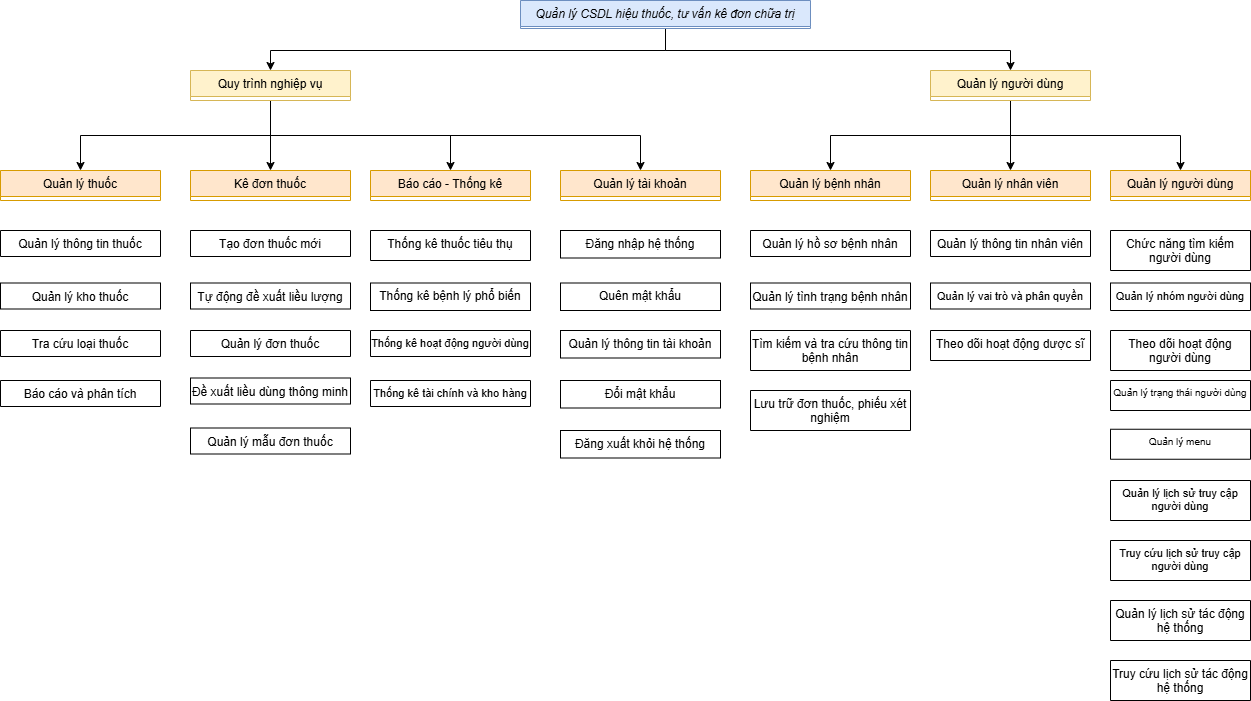
Before: FHD.drawio.png, a diagram exported from draw.io (nguyentrung181/DA1). Source tidied: cells renumbered, new cells last; positions are measured from the earlier drawing's top-left corner, leaving out a move shared by most shapes.
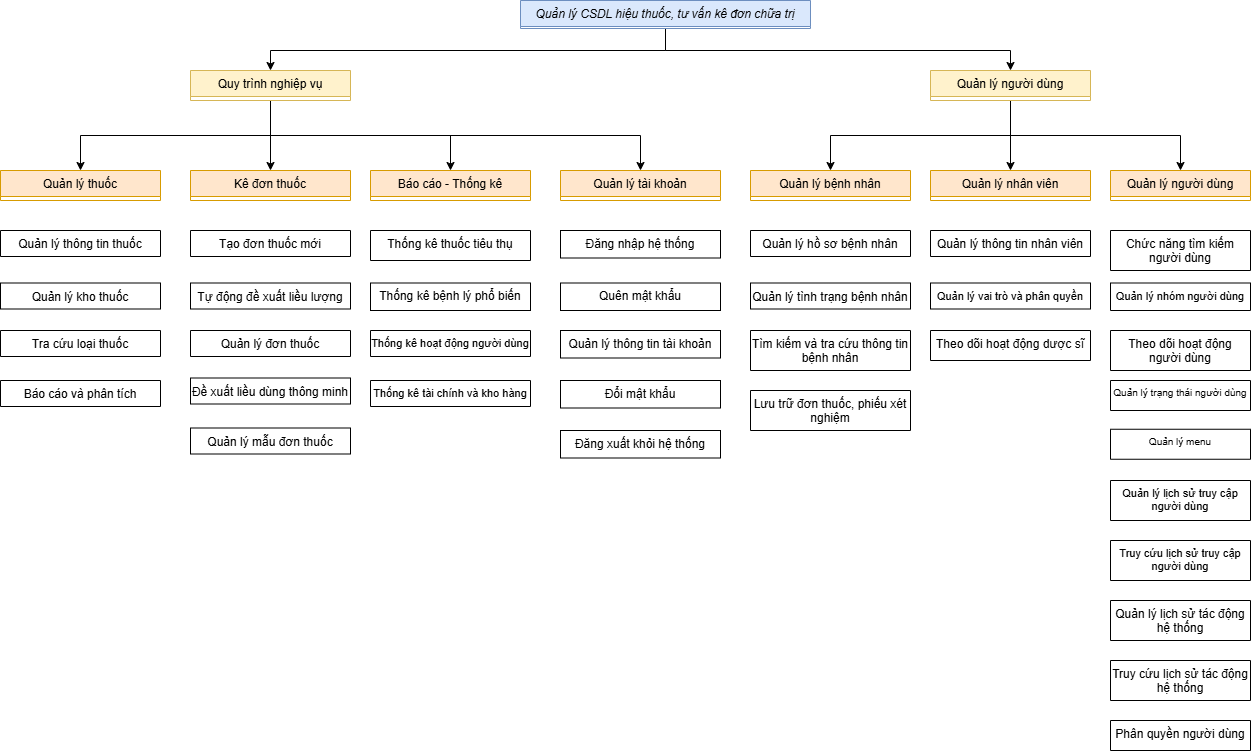
After the change.

What changed in the source:
```diff
@@ -171,5 +171,8 @@
     <mxCell id="54" value="Truy cứu lịch sử tác động hệ thống" style="swimlane;fontStyle=0;align=center;verticalAlign=top;horizontal=1;startSize=430;rounded=0;shadow=0;strokeWidth=1;whiteSpace=wrap;fontSize=12;" parent="1" vertex="1">
       <mxGeometry x="1110" y="660" width="140" height="40" as="geometry" />
     </mxCell>
+    <mxCell id="55" value="Phân quyền người dùng" style="swimlane;fontStyle=0;align=center;verticalAlign=top;horizontal=1;startSize=430;rounded=0;shadow=0;strokeWidth=1;whiteSpace=wrap;fontSize=12;" parent="1" vertex="1" collapsed="1">
+      <mxGeometry x="1110" y="720" width="140" height="30" as="geometry" />
+    </mxCell>
   </root>
 </mxGraphModel>
```
